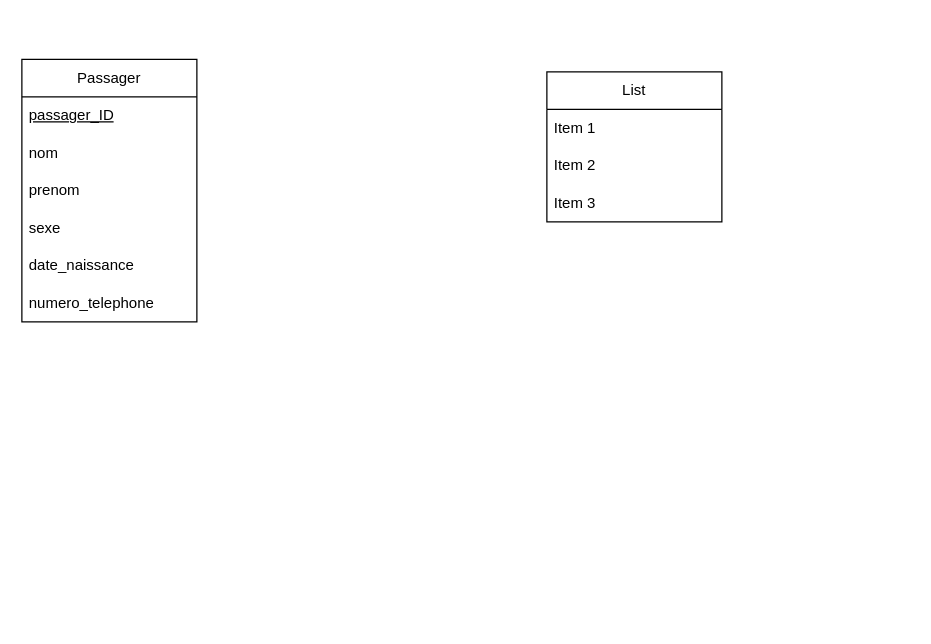
This is mcd quiz/Diagramme sans nom.drawio from Maminjatovo/MCD, a draw.io file, before an edit. Source tidied: cells renumbered, new cells numbered last; positions are measured from the earlier drawing's top-left corner, leaving out a move shared by most shapes. Both pictures are drawn from the tidied source at 125%, with x=0, y=0 at pixel (21, 59).
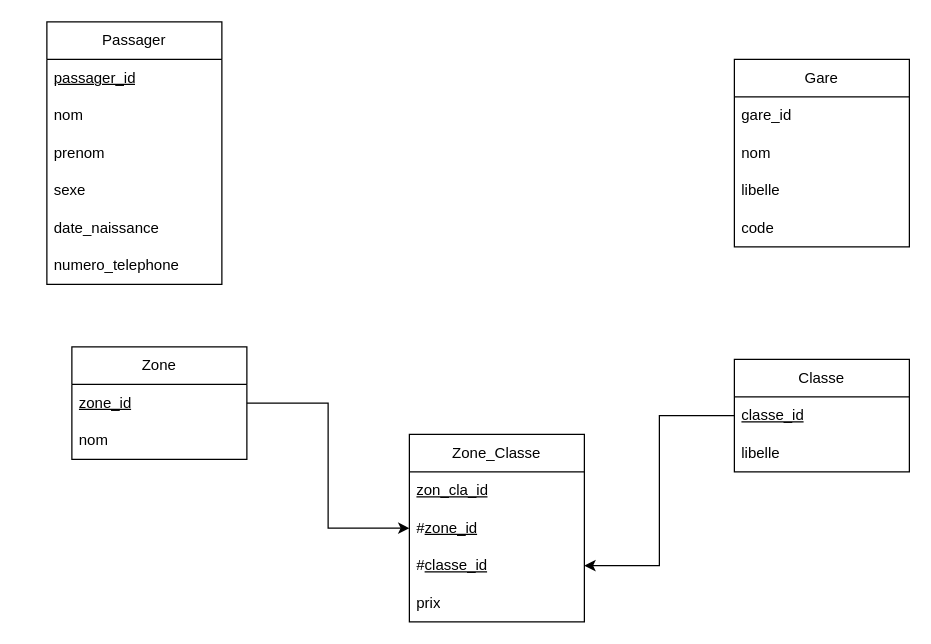
Above is the later version.

Commit message:
Mettre à jour Diagramme sans nom.drawio

Diff of the diagram source:
```diff
@@
-    <mxCell id="2" value="List" style="swimlane;fontStyle=0;horizontal=1;startSize=30;whiteSpace=wrap;html=1;" parent="1" vertex="1">
-      <mxGeometry x="420" y="10" width="140" height="120" as="geometry" />
+    <mxCell id="2" value="Gare" style="swimlane;fontStyle=0;horizontal=1;startSize=30;whiteSpace=wrap;html=1;" parent="1" vertex="1">
+      <mxGeometry x="570" width="140" height="150" as="geometry" />
     </mxCell>
-    <mxCell id="3" value="Item 1" style="text;strokeColor=none;fillColor=none;align=left;verticalAlign=middle;spacingLeft=4;spacingRight=4;overflow=hidden;whiteSpace=wrap;html=1;" parent="2" vertex="1">
+    <mxCell id="3" value="gare_id" style="text;strokeColor=none;fillColor=none;align=left;verticalAlign=middle;spacingLeft=4;spacingRight=4;overflow=hidden;whiteSpace=wrap;html=1;" parent="2" vertex="1">
       <mxGeometry y="30" width="140" height="30" as="geometry" />
     </mxCell>
-    <mxCell id="4" value="Item 2" style="text;strokeColor=none;fillColor=none;align=left;verticalAlign=middle;spacingLeft=4;spacingRight=4;overflow=hidden;whiteSpace=wrap;html=1;" parent="2" vertex="1">
+    <mxCell id="4" value="nom" style="text;strokeColor=none;fillColor=none;align=left;verticalAlign=middle;spacingLeft=4;spacingRight=4;overflow=hidden;whiteSpace=wrap;html=1;" parent="2" vertex="1">
       <mxGeometry y="60" width="140" height="30" as="geometry" />
     </mxCell>
+    <mxCell id="13" value="libelle" style="text;strokeColor=none;fillColor=none;align=left;verticalAlign=middle;spacingLeft=4;spacingRight=4;overflow=hidden;whiteSpace=wrap;html=1;" parent="2" vertex="1">
+      <mxGeometry y="90" width="140" height="30" as="geometry" />
+    </mxCell>
-    <mxCell id="5" value="Item 3" style="text;strokeColor=none;fillColor=none;align=left;verticalAlign=middle;spacingLeft=4;spacingRight=4;overflow=hidden;whiteSpace=wrap;html=1;" parent="2" vertex="1">
-      <mxGeometry y="90" width="140" height="30" as="geometry" />
+    <mxCell id="5" value="code" style="text;strokeColor=none;fillColor=none;align=left;verticalAlign=middle;spacingLeft=4;spacingRight=4;overflow=hidden;whiteSpace=wrap;html=1;" parent="2" vertex="1">
+      <mxGeometry y="120" width="140" height="30" as="geometry" />
     </mxCell>
     <mxCell id="6" value="Passager" style="swimlane;fontStyle=0;horizontal=1;startSize=30;whiteSpace=wrap;html=1;" parent="1" vertex="1">
-      <mxGeometry width="140" height="210" as="geometry" />
+      <mxGeometry x="20" y="-30" width="140" height="210" as="geometry" />
     </mxCell>
-    <mxCell id="7" value="&lt;u&gt;passager_ID&lt;/u&gt;" style="text;strokeColor=none;fillColor=none;align=left;verticalAlign=middle;spacingLeft=4;spacingRight=4;overflow=hidden;whiteSpace=wrap;html=1;" parent="6" vertex="1">
+    <mxCell id="7" value="&lt;u&gt;passager_id&lt;br&gt;&lt;/u&gt;" style="text;strokeColor=none;fillColor=none;align=left;verticalAlign=middle;spacingLeft=4;spacingRight=4;overflow=hidden;whiteSpace=wrap;html=1;" parent="6" vertex="1">
       <mxGeometry y="30" width="140" height="30" as="geometry" />
     </mxCell>
@@
+    <mxCell id="14" value="Zone" style="swimlane;fontStyle=0;horizontal=1;startSize=30;whiteSpace=wrap;html=1;" parent="1" vertex="1">
+      <mxGeometry x="40" y="230" width="140" height="90" as="geometry" />
+    </mxCell>
+    <mxCell id="15" value="&lt;u&gt;zone_id&lt;/u&gt;" style="text;strokeColor=none;fillColor=none;align=left;verticalAlign=middle;spacingLeft=4;spacingRight=4;overflow=hidden;points=[[0,0.5],[1,0.5]];portConstraint=eastwest;whiteSpace=wrap;html=1;" parent="14" vertex="1">
+      <mxGeometry y="30" width="140" height="30" as="geometry" />
+    </mxCell>
+    <mxCell id="16" value="nom" style="text;strokeColor=none;fillColor=none;align=left;verticalAlign=middle;spacingLeft=4;spacingRight=4;overflow=hidden;whiteSpace=wrap;html=1;" parent="14" vertex="1">
+      <mxGeometry y="60" width="140" height="30" as="geometry" />
+    </mxCell>
+    <mxCell id="17" value="Classe" style="swimlane;fontStyle=0;horizontal=1;startSize=30;whiteSpace=wrap;html=1;" parent="1" vertex="1">
+      <mxGeometry x="570" y="240" width="140" height="90" as="geometry" />
+    </mxCell>
+    <mxCell id="18" value="&lt;u&gt;classe_id&lt;/u&gt;" style="text;strokeColor=none;fillColor=none;align=left;verticalAlign=middle;spacingLeft=4;spacingRight=4;overflow=hidden;points=[[0,0.5],[1,0.5]];portConstraint=eastwest;whiteSpace=wrap;html=1;" parent="17" vertex="1">
+      <mxGeometry y="30" width="140" height="30" as="geometry" />
+    </mxCell>
+    <mxCell id="19" value="libelle" style="text;strokeColor=none;fillColor=none;align=left;verticalAlign=middle;spacingLeft=4;spacingRight=4;overflow=hidden;whiteSpace=wrap;html=1;" parent="17" vertex="1">
+      <mxGeometry y="60" width="140" height="30" as="geometry" />
+    </mxCell>
+    <mxCell id="20" value="Zone_Classe" style="swimlane;fontStyle=0;horizontal=1;startSize=30;whiteSpace=wrap;html=1;" parent="1" vertex="1">
+      <mxGeometry x="310" y="300" width="140" height="150" as="geometry" />
+    </mxCell>
+    <mxCell id="21" value="&lt;u&gt;zon_cla_id&lt;/u&gt;" style="text;strokeColor=none;fillColor=none;align=left;verticalAlign=middle;spacingLeft=4;spacingRight=4;overflow=hidden;whiteSpace=wrap;html=1;" parent="20" vertex="1">
+      <mxGeometry y="30" width="140" height="30" as="geometry" />
+    </mxCell>
+    <mxCell id="22" value="#&lt;u style=&quot;border-color: var(--border-color);&quot;&gt;zone_id&lt;/u&gt;" style="text;strokeColor=none;fillColor=none;align=left;verticalAlign=middle;spacingLeft=4;spacingRight=4;overflow=hidden;points=[[0,0.5],[1,0.5]];portConstraint=eastwest;whiteSpace=wrap;html=1;" parent="20" vertex="1">
+      <mxGeometry y="60" width="140" height="30" as="geometry" />
+    </mxCell>
+    <mxCell id="23" value="#&lt;u style=&quot;border-color: var(--border-color);&quot;&gt;classe_id&lt;/u&gt;" style="text;strokeColor=none;fillColor=none;align=left;verticalAlign=middle;spacingLeft=4;spacingRight=4;overflow=hidden;points=[[0,0.5],[1,0.5]];portConstraint=eastwest;whiteSpace=wrap;html=1;" parent="20" vertex="1">
+      <mxGeometry y="90" width="140" height="30" as="geometry" />
+    </mxCell>
+    <mxCell id="24" value="prix" style="text;strokeColor=none;fillColor=none;align=left;verticalAlign=middle;spacingLeft=4;spacingRight=4;overflow=hidden;whiteSpace=wrap;html=1;" parent="20" vertex="1">
+      <mxGeometry y="120" width="140" height="30" as="geometry" />
+    </mxCell>
+    <mxCell id="25" style="edgeStyle=orthogonalEdgeStyle;rounded=0;jettySize=auto;html=1;exitX=1;exitY=0.5;exitDx=0;exitDy=0;entryX=0;entryY=0.5;entryDx=0;entryDy=0;" parent="1" edge="1" source="15" target="22">
+      <mxGeometry relative="1" as="geometry" />
+    </mxCell>
+    <mxCell id="26" style="edgeStyle=orthogonalEdgeStyle;rounded=0;jettySize=auto;html=1;exitX=0;exitY=0.5;exitDx=0;exitDy=0;entryX=1;entryY=0.5;entryDx=0;entryDy=0;" parent="1" edge="1" source="18" target="23">
+      <mxGeometry relative="1" as="geometry" />
+    </mxCell>
```
